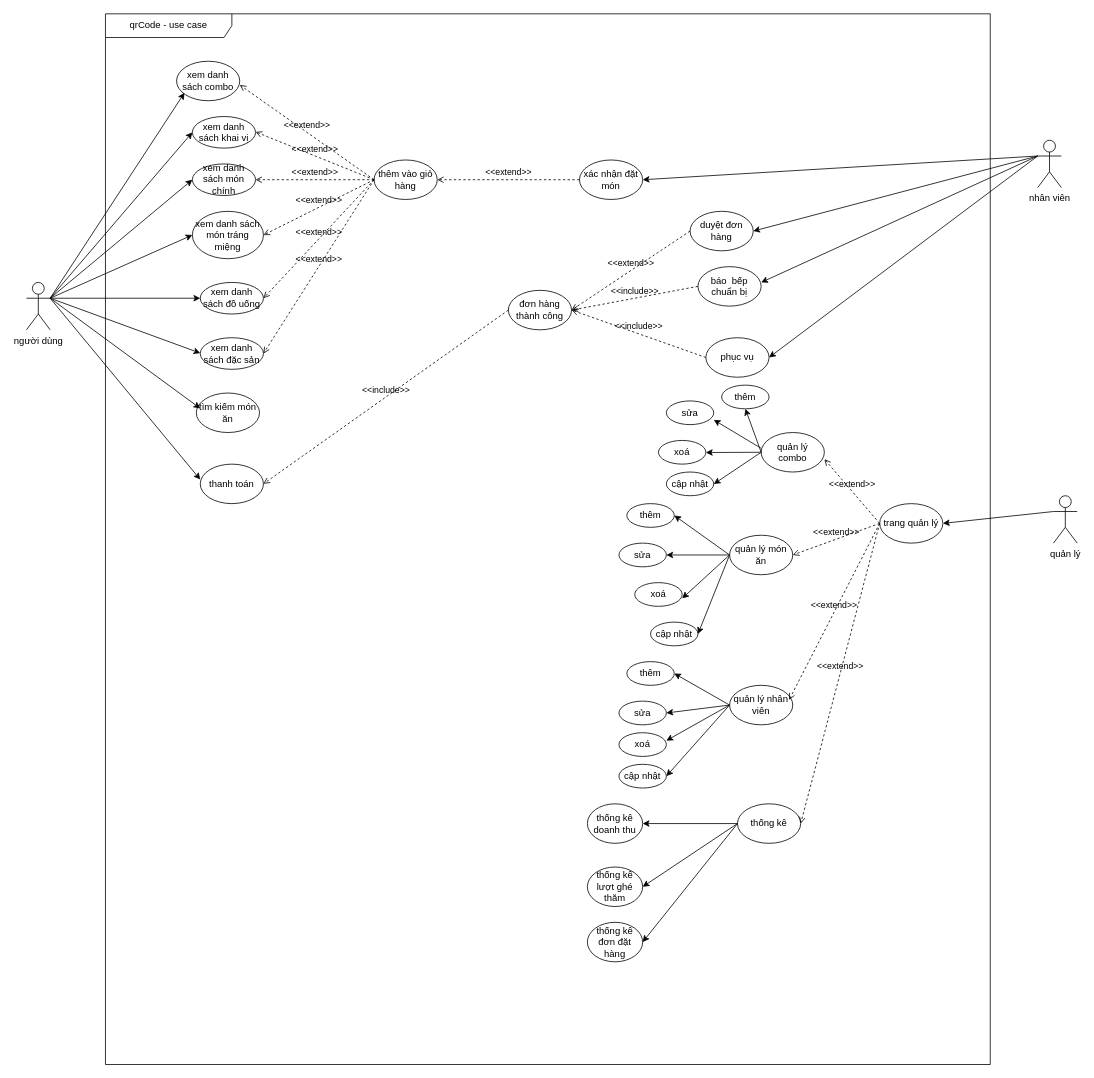
The draw.io diagram Biểu đồ không có tiêu đề.drawio in phanvanhieu1/QRcode, before the edit. Source tidied: cells renumbered, new cells numbered last; positions are measured from the earlier drawing's top-left corner, leaving out a move shared by most shapes. Both pictures are drawn from the tidied source at 79%, with x=0, y=0 at pixel (26, 13).
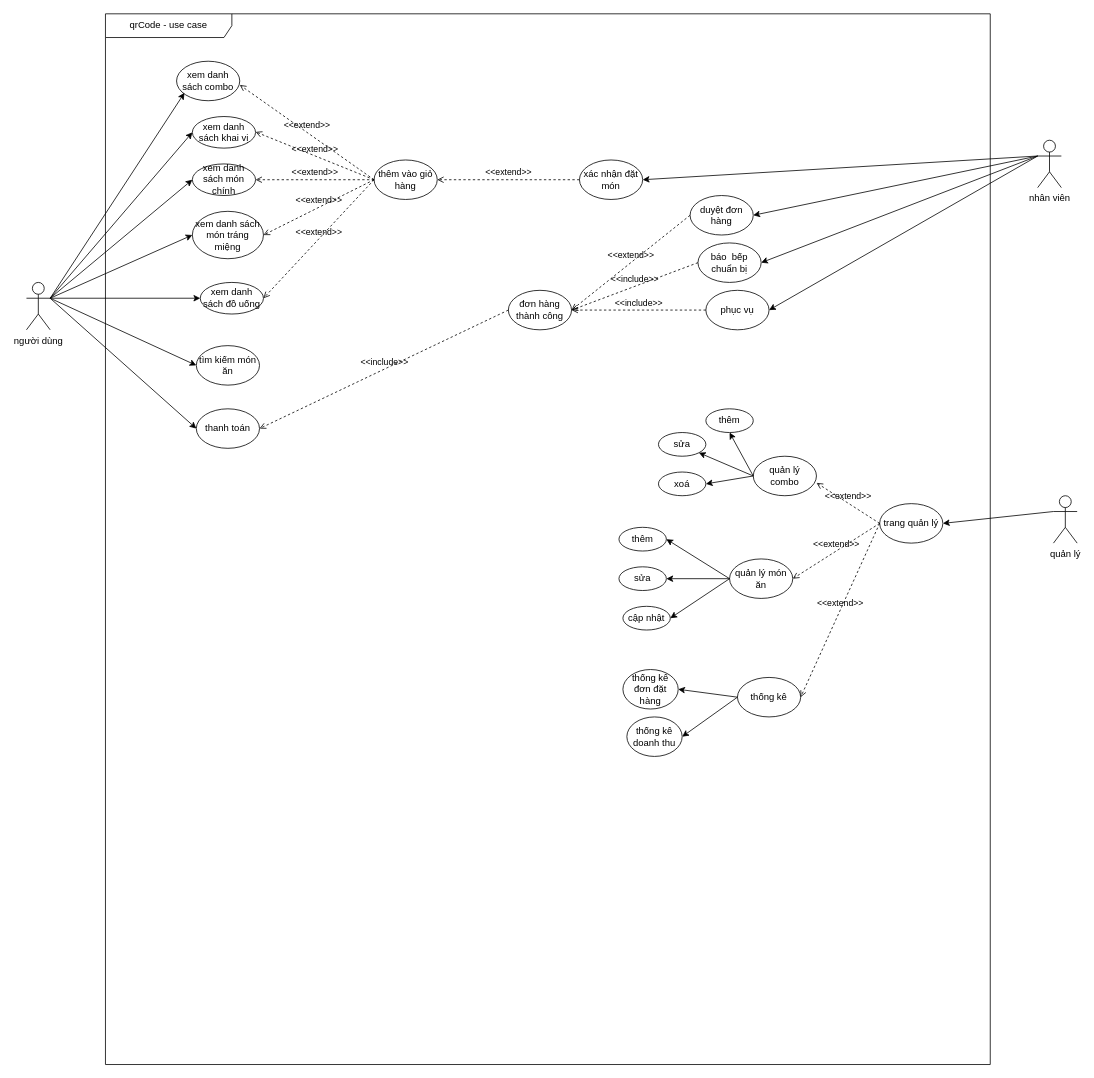
The same page after the edit.

The change refers to these unchanged cells:
```xml
<mxCell id="2" value="qrCode - use case" style="shape=umlFrame;whiteSpace=wrap;html=1;width=160;" parent="1" vertex="1">
  <mxGeometry x="100" width="1120" height="1330" as="geometry" />
</mxCell>
<mxCell id="17" value="thêm vào giỏ hàng" style="ellipse;whiteSpace=wrap;html=1;" parent="2" vertex="1">
  <mxGeometry x="340" y="185" width="80" height="50" as="geometry" />
</mxCell>
<mxCell id="38" value="trang quản lý" style="ellipse;whiteSpace=wrap;html=1;" parent="2" vertex="1">
  <mxGeometry x="980" y="620" width="80" height="50" as="geometry" />
</mxCell>
<mxCell id="77" value="người dùng" style="shape=umlActor;verticalLabelPosition=bottom;verticalAlign=top;html=1;" parent="1" vertex="1">
  <mxGeometry y="340" width="30" height="60" as="geometry" />
</mxCell>
```

The edit, as a diff of the source:
```diff
@@
-    <mxCell id="8" value="xem danh sách đặc sản" style="ellipse;whiteSpace=wrap;html=1;" parent="2" vertex="1">
-      <mxGeometry x="120" y="410" width="80" height="40" as="geometry" />
-    </mxCell>
@@
-    <mxCell id="13" style="endArrow=classic;html=1;rounded=0;exitX=1;exitY=0.3333333333333333;exitDx=0;exitDy=0;exitPerimeter=0;" parent="2" edge="1" source="77">
-      <mxGeometry relative="1" as="geometry">
-        <mxPoint x="120" y="429.5" as="targetPoint" />
-      </mxGeometry>
-    </mxCell>
@@
     <mxCell id="15" value="tìm kiếm món ăn" style="ellipse;whiteSpace=wrap;html=1;" parent="2" vertex="1">
-      <mxGeometry x="115" y="480" width="80" height="50" as="geometry" />
+      <mxGeometry x="115" y="420" width="80" height="50" as="geometry" />
     </mxCell>
-    <mxCell id="16" style="endArrow=classic;html=1;rounded=0;exitX=1;exitY=0.3333333333333333;exitDx=0;exitDy=0;exitPerimeter=0;" parent="2" edge="1" source="77">
-      <mxGeometry relative="1" as="geometry">
-        <mxPoint x="120" y="499.5" as="targetPoint" />
-      </mxGeometry>
-    </mxCell>
@@
-    <mxCell id="23" value="&amp;lt;&amp;lt;extend&amp;gt;&amp;gt;" style="html=1;verticalAlign=bottom;labelBackgroundColor=none;endArrow=open;endFill=0;dashed=1;rounded=0;entryX=1;entryY=0.5;entryDx=0;entryDy=0;exitX=0;exitY=0.5;exitDx=0;exitDy=0;" parent="2" edge="1" source="17">
-      <mxGeometry relative="1" as="geometry">
-        <mxPoint x="200" y="430" as="targetPoint" />
-      </mxGeometry>
-    </mxCell>
@@
     <mxCell id="26" value="duyệt đơn hàng" style="ellipse;whiteSpace=wrap;html=1;" parent="2" vertex="1">
-      <mxGeometry x="740" y="250" width="80" height="50" as="geometry" />
+      <mxGeometry x="740" y="230" width="80" height="50" as="geometry" />
     </mxCell>
     <mxCell id="27" value="báo&amp;nbsp; bếp chuẩn bị" style="ellipse;whiteSpace=wrap;html=1;" parent="2" vertex="1">
-      <mxGeometry x="750" y="320" width="80" height="50" as="geometry" />
+      <mxGeometry x="750" y="290" width="80" height="50" as="geometry" />
     </mxCell>
     <mxCell id="28" value="phục vụ" style="ellipse;whiteSpace=wrap;html=1;" parent="2" vertex="1">
-      <mxGeometry x="760" y="410" width="80" height="50" as="geometry" />
+      <mxGeometry x="760" y="350" width="80" height="50" as="geometry" />
     </mxCell>
-    <mxCell id="29" style="endArrow=classic;html=1;rounded=0;" parent="2" edge="1">
+    <mxCell id="29" style="endArrow=classic;html=1;rounded=0;entryX=1;entryY=0.5;entryDx=0;entryDy=0;" parent="2" edge="1" target="27">
       <mxGeometry relative="1" as="geometry">
         <mxPoint x="1180" y="180" as="sourcePoint" />
-        <mxPoint x="830" y="340" as="targetPoint" />
       </mxGeometry>
     </mxCell>
@@
     <mxCell id="32" value="thanh toán" style="ellipse;whiteSpace=wrap;html=1;" parent="2" vertex="1">
-      <mxGeometry x="120" y="570" width="80" height="50" as="geometry" />
+      <mxGeometry x="115" y="500" width="80" height="50" as="geometry" />
     </mxCell>
-    <mxCell id="33" style="endArrow=classic;html=1;rounded=0;exitX=1;exitY=0.3333333333333333;exitDx=0;exitDy=0;exitPerimeter=0;" parent="2" edge="1" source="77">
-      <mxGeometry relative="1" as="geometry">
-        <mxPoint x="120" y="589.5" as="targetPoint" />
-      </mxGeometry>
-    </mxCell>
@@
     <mxCell id="39" value="quản lý combo" style="ellipse;whiteSpace=wrap;html=1;" parent="2" vertex="1">
-      <mxGeometry x="830" y="530" width="80" height="50" as="geometry" />
+      <mxGeometry x="820" y="560" width="80" height="50" as="geometry" />
     </mxCell>
     <mxCell id="40" value="quản lý món ăn" style="ellipse;whiteSpace=wrap;html=1;" parent="2" vertex="1">
-      <mxGeometry x="790" y="660" width="80" height="50" as="geometry" />
+      <mxGeometry x="790" y="690" width="80" height="50" as="geometry" />
     </mxCell>
-    <mxCell id="41" value="quản lý nhân viên" style="ellipse;whiteSpace=wrap;html=1;" parent="2" vertex="1">
-      <mxGeometry x="790" y="850" width="80" height="50" as="geometry" />
-    </mxCell>
     <mxCell id="42" value="thống kê" style="ellipse;whiteSpace=wrap;html=1;" parent="2" vertex="1">
-      <mxGeometry x="800" y="1000" width="80" height="50" as="geometry" />
+      <mxGeometry x="800" y="840" width="80" height="50" as="geometry" />
     </mxCell>
@@
-    <mxCell id="45" value="&amp;lt;&amp;lt;extend&amp;gt;&amp;gt;" style="html=1;verticalAlign=bottom;labelBackgroundColor=none;endArrow=open;endFill=0;dashed=1;rounded=0;entryX=0.942;entryY=0.369;entryDx=0;entryDy=0;exitX=0;exitY=0.5;exitDx=0;exitDy=0;entryPerimeter=0;" parent="2" edge="1" source="38" target="41">
-      <mxGeometry relative="1" as="geometry" />
-    </mxCell>
@@
     <mxCell id="47" value="thêm" style="ellipse;whiteSpace=wrap;html=1;" parent="2" vertex="1">
-      <mxGeometry x="780" y="470" width="60" height="30" as="geometry" />
+      <mxGeometry x="760" y="500" width="60" height="30" as="geometry" />
     </mxCell>
     <mxCell id="48" value="sửa" style="ellipse;whiteSpace=wrap;html=1;" parent="2" vertex="1">
-      <mxGeometry x="710" y="490" width="60" height="30" as="geometry" />
+      <mxGeometry x="700" y="530" width="60" height="30" as="geometry" />
     </mxCell>
     <mxCell id="49" value="xoá" style="ellipse;whiteSpace=wrap;html=1;" parent="2" vertex="1">
-      <mxGeometry x="700" y="540" width="60" height="30" as="geometry" />
+      <mxGeometry x="700" y="580" width="60" height="30" as="geometry" />
     </mxCell>
     <mxCell id="50" value="thêm" style="ellipse;whiteSpace=wrap;html=1;" parent="2" vertex="1">
-      <mxGeometry x="660" y="620" width="60" height="30" as="geometry" />
+      <mxGeometry x="650" y="650" width="60" height="30" as="geometry" />
     </mxCell>
     <mxCell id="51" value="sửa" style="ellipse;whiteSpace=wrap;html=1;" parent="2" vertex="1">
-      <mxGeometry x="650" y="670" width="60" height="30" as="geometry" />
+      <mxGeometry x="650" y="700" width="60" height="30" as="geometry" />
     </mxCell>
-    <mxCell id="52" value="xoá" style="ellipse;whiteSpace=wrap;html=1;" parent="2" vertex="1">
-      <mxGeometry x="670" y="720" width="60" height="30" as="geometry" />
-    </mxCell>
-    <mxCell id="53" value="cập nhật" style="ellipse;whiteSpace=wrap;html=1;" parent="2" vertex="1">
-      <mxGeometry x="710" y="580" width="60" height="30" as="geometry" />
-    </mxCell>
-    <mxCell id="54" style="endArrow=classic;html=1;rounded=0;exitX=0;exitY=0.5;exitDx=0;exitDy=0;" parent="2" edge="1" source="39">
-      <mxGeometry relative="1" as="geometry">
-        <mxPoint x="760" y="555.3" as="targetPoint" />
-      </mxGeometry>
+    <mxCell id="54" style="endArrow=classic;html=1;rounded=0;exitX=0;exitY=0.5;exitDx=0;exitDy=0;entryX=1;entryY=0.5;entryDx=0;entryDy=0;" parent="2" edge="1" source="39" target="49">
+      <mxGeometry relative="1" as="geometry" />
     </mxCell>
-    <mxCell id="55" style="endArrow=classic;html=1;rounded=0;exitX=0;exitY=0.5;exitDx=0;exitDy=0;" parent="2" edge="1" source="39">
-      <mxGeometry relative="1" as="geometry">
-        <mxPoint x="770" y="595.2" as="targetPoint" />
-      </mxGeometry>
-    </mxCell>
     <mxCell id="56" value="cập nhật" style="ellipse;whiteSpace=wrap;html=1;" parent="2" vertex="1">
-      <mxGeometry x="690" y="770" width="60" height="30" as="geometry" />
+      <mxGeometry x="655" y="750" width="60" height="30" as="geometry" />
     </mxCell>
@@
-    <mxCell id="58" style="endArrow=classic;html=1;rounded=0;exitX=0;exitY=0.5;exitDx=0;exitDy=0;entryX=1;entryY=0.5;entryDx=0;entryDy=0;" parent="2" edge="1" source="40">
-      <mxGeometry relative="1" as="geometry">
-        <mxPoint x="730" y="740" as="targetPoint" />
-      </mxGeometry>
-    </mxCell>
@@
-    <mxCell id="61" style="endArrow=classic;html=1;rounded=0;entryX=0.5;entryY=1;entryDx=0;entryDy=0;" parent="2" edge="1" target="47">
-      <mxGeometry relative="1" as="geometry">
-        <mxPoint x="830" y="555" as="sourcePoint" />
-      </mxGeometry>
+    <mxCell id="61" style="endArrow=classic;html=1;rounded=0;entryX=0.5;entryY=1;entryDx=0;entryDy=0;exitX=0;exitY=0.5;exitDx=0;exitDy=0;" parent="2" edge="1" source="39" target="47">
+      <mxGeometry relative="1" as="geometry" />
     </mxCell>
-    <mxCell id="62" style="endArrow=classic;html=1;rounded=0;entryX=1;entryY=0.8;entryDx=0;entryDy=0;entryPerimeter=0;" parent="2" edge="1" target="48">
+    <mxCell id="62" style="endArrow=classic;html=1;rounded=0;entryX=1;entryY=1;entryDx=0;entryDy=0;" parent="2" edge="1" target="48">
       <mxGeometry relative="1" as="geometry">
-        <mxPoint x="830" y="550" as="sourcePoint" />
+        <mxPoint x="820" y="585" as="sourcePoint" />
       </mxGeometry>
     </mxCell>
-    <mxCell id="63" value="thêm" style="ellipse;whiteSpace=wrap;html=1;" parent="2" vertex="1">
-      <mxGeometry x="660" y="820" width="60" height="30" as="geometry" />
-    </mxCell>
-    <mxCell id="64" value="sửa" style="ellipse;whiteSpace=wrap;html=1;" parent="2" vertex="1">
-      <mxGeometry x="650" y="870" width="60" height="30" as="geometry" />
-    </mxCell>
-    <mxCell id="65" style="endArrow=classic;html=1;rounded=0;exitX=0;exitY=0.5;exitDx=0;exitDy=0;entryX=1;entryY=0.5;entryDx=0;entryDy=0;" parent="2" edge="1" source="41" target="63">
-      <mxGeometry relative="1" as="geometry" />
-    </mxCell>
-    <mxCell id="66" style="endArrow=classic;html=1;rounded=0;exitX=0;exitY=0.5;exitDx=0;exitDy=0;entryX=1;entryY=0.5;entryDx=0;entryDy=0;" parent="2" edge="1" source="41" target="64">
-      <mxGeometry relative="1" as="geometry" />
-    </mxCell>
-    <mxCell id="67" value="xoá" style="ellipse;whiteSpace=wrap;html=1;" parent="2" vertex="1">
-      <mxGeometry x="650" y="910" width="60" height="30" as="geometry" />
-    </mxCell>
-    <mxCell id="68" value="cập nhật" style="ellipse;whiteSpace=wrap;html=1;" parent="2" vertex="1">
-      <mxGeometry x="650" y="950" width="60" height="30" as="geometry" />
-    </mxCell>
-    <mxCell id="69" style="endArrow=classic;html=1;rounded=0;exitX=0;exitY=0.5;exitDx=0;exitDy=0;entryX=1;entryY=0.5;entryDx=0;entryDy=0;" parent="2" edge="1" source="41">
-      <mxGeometry relative="1" as="geometry">
-        <mxPoint x="710" y="920" as="targetPoint" />
-      </mxGeometry>
-    </mxCell>
-    <mxCell id="70" style="endArrow=classic;html=1;rounded=0;exitX=0;exitY=0.5;exitDx=0;exitDy=0;entryX=1;entryY=0.5;entryDx=0;entryDy=0;" parent="2" edge="1" source="41" target="68">
-      <mxGeometry relative="1" as="geometry" />
-    </mxCell>
     <mxCell id="71" value="thống kê doanh thu" style="ellipse;whiteSpace=wrap;html=1;" parent="2" vertex="1">
-      <mxGeometry x="610" y="1000" width="70" height="50" as="geometry" />
+      <mxGeometry x="660" y="890" width="70" height="50" as="geometry" />
     </mxCell>
-    <mxCell id="72" value="thống kê lượt ghé thăm" style="ellipse;whiteSpace=wrap;html=1;" parent="2" vertex="1">
-      <mxGeometry x="610" y="1080" width="70" height="50" as="geometry" />
-    </mxCell>
     <mxCell id="73" value="thống kê đơn đặt hàng" style="ellipse;whiteSpace=wrap;html=1;" parent="2" vertex="1">
-      <mxGeometry x="610" y="1150" width="70" height="50" as="geometry" />
+      <mxGeometry x="655" y="830" width="70" height="50" as="geometry" />
     </mxCell>
-    <mxCell id="74" style="endArrow=classic;html=1;rounded=0;entryX=1;entryY=0.5;entryDx=0;entryDy=0;" parent="2" edge="1" source="42" target="71">
+    <mxCell id="74" style="endArrow=classic;html=1;rounded=0;entryX=1;entryY=0.5;entryDx=0;entryDy=0;exitX=0;exitY=0.5;exitDx=0;exitDy=0;" parent="2" edge="1" source="42" target="71">
       <mxGeometry relative="1" as="geometry" />
     </mxCell>
-    <mxCell id="75" style="endArrow=classic;html=1;rounded=0;entryX=1;entryY=0.5;entryDx=0;entryDy=0;exitX=0;exitY=0.5;exitDx=0;exitDy=0;" parent="2" edge="1" source="42" target="72">
-      <mxGeometry relative="1" as="geometry" />
-    </mxCell>
@@
+    <mxCell id="16" style="endArrow=classic;html=1;rounded=0;exitX=1;exitY=0.3333333333333333;exitDx=0;exitDy=0;exitPerimeter=0;entryX=0;entryY=0.5;entryDx=0;entryDy=0;" parent="1" edge="1" source="77" target="15">
+      <mxGeometry relative="1" as="geometry" />
+    </mxCell>
+    <mxCell id="33" style="endArrow=classic;html=1;rounded=0;exitX=1;exitY=0.3333333333333333;exitDx=0;exitDy=0;exitPerimeter=0;entryX=0;entryY=0.5;entryDx=0;entryDy=0;" parent="1" edge="1" source="77" target="32">
+      <mxGeometry relative="1" as="geometry" />
+    </mxCell>
```
